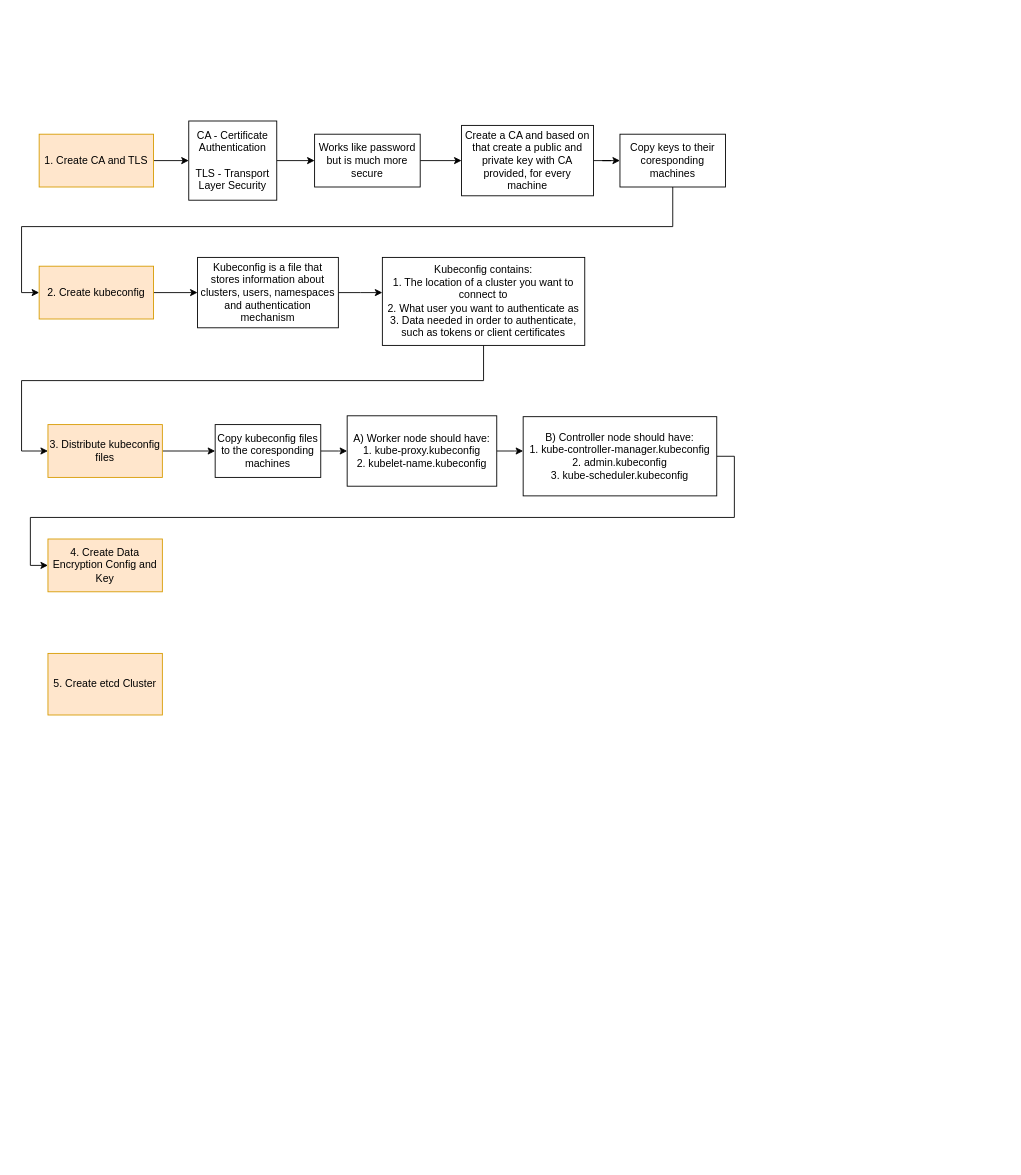
Before: KTHW.drawio in JanKaczmarski/diagrams, a draw.io diagram. Source tidied: cells renumbered, new cells numbered last; positions are measured from the earlier drawing's top-left corner, leaving out a move shared by most shapes. Both pictures are drawn from the tidied source at 88%, with x=0, y=0 at pixel (21, 121).
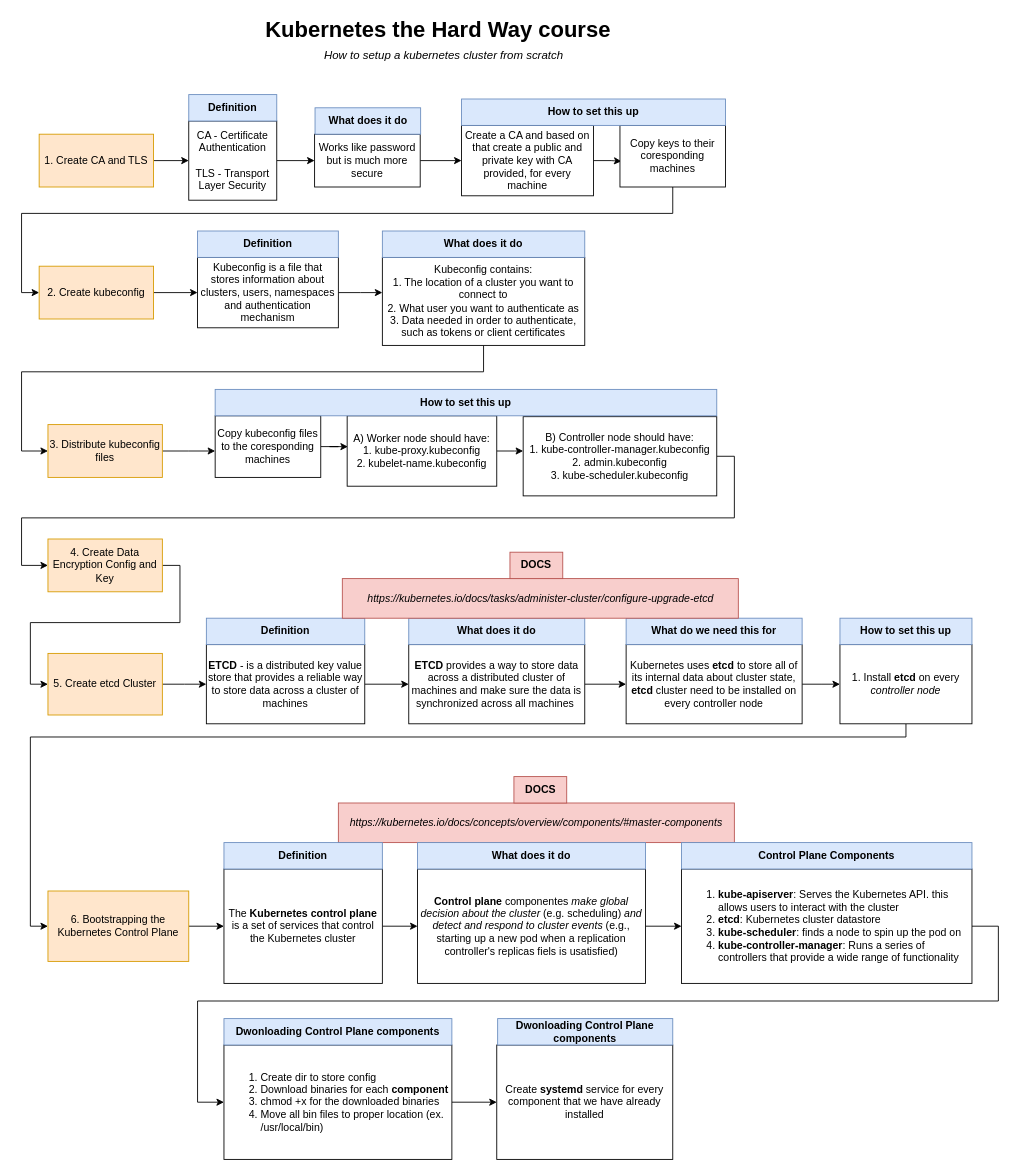
The same diagram, later.

Unchanged cells that the change refers to:
```xml
<mxCell id="9" value="Create a CA and based on that create a public and private key with CA provided, for every machine" style="rounded=0;whiteSpace=wrap;html=1;" parent="1" vertex="1">
  <mxGeometry x="500" y="5" width="150" height="80" as="geometry" />
</mxCell>
<mxCell id="11" value="2. Create kubeconfig" style="rounded=0;whiteSpace=wrap;html=1;fillColor=#ffe6cc;strokeColor=#d79b00;" parent="1" vertex="1">
  <mxGeometry x="20" y="165" width="130" height="60" as="geometry" />
</mxCell>
<mxCell id="15" value="Kubeconfig contains:&lt;br&gt;1. The location of a cluster you want to connect to&lt;br&gt;2. What user you want to authenticate as&lt;br&gt;3. Data needed in order to authenticate, such as tokens or client certificates" style="rounded=0;whiteSpace=wrap;html=1;" parent="1" vertex="1">
  <mxGeometry x="410" y="155" width="230" height="100" as="geometry" />
</mxCell>
<mxCell id="19" value="3. Distribute kubeconfig files" style="rounded=0;whiteSpace=wrap;html=1;fillColor=#ffe6cc;strokeColor=#d79b00;" parent="1" vertex="1">
  <mxGeometry x="30" y="345" width="130" height="60" as="geometry" />
</mxCell>
<mxCell id="23" value="A) Worker node should have:&lt;br&gt;1. kube-proxy.kubeconfig&lt;br&gt;2. kubelet-name.kubeconfig" style="rounded=0;whiteSpace=wrap;html=1;" parent="1" vertex="1">
  <mxGeometry x="370" y="335" width="170" height="80" as="geometry" />
</mxCell>
<mxCell id="25" value="B) Controller node should have:&lt;br&gt;1. kube-controller-manager.kubeconfig&lt;br&gt;2. admin.kubeconfig&lt;br&gt;3. kube-scheduler.kubeconfig" style="rounded=0;whiteSpace=wrap;html=1;" parent="1" vertex="1">
  <mxGeometry x="570" y="336" width="220" height="90" as="geometry" />
</mxCell>
<mxCell id="26" value="4. Create Data Encryption Config and Key" style="rounded=0;whiteSpace=wrap;html=1;fillColor=#ffe6cc;strokeColor=#d79b00;" parent="1" vertex="1">
  <mxGeometry x="30" y="475" width="130" height="60" as="geometry" />
</mxCell>
<mxCell id="27" value="5. Create etcd Cluster" style="rounded=0;whiteSpace=wrap;html=1;fillColor=#ffe6cc;strokeColor=#d79b00;" parent="1" vertex="1">
  <mxGeometry x="30" y="605" width="130" height="70" as="geometry" />
</mxCell>
```

What changed in the source:
```diff
@@
-    <mxCell id="8" style="edgeStyle=orthogonalEdgeStyle;rounded=0;jettySize=auto;html=1;entryX=0;entryY=0.5;entryDx=0;entryDy=0;" parent="1" edge="1" source="9" target="17">
+    <mxCell id="8" style="edgeStyle=orthogonalEdgeStyle;rounded=0;jettySize=auto;html=1;entryX=0.014;entryY=0.583;entryDx=0;entryDy=0;entryPerimeter=0;" parent="1" edge="1" source="9" target="17">
       <mxGeometry relative="1" as="geometry" />
     </mxCell>
@@
     <mxCell id="14" style="edgeStyle=orthogonalEdgeStyle;rounded=0;jettySize=auto;html=1;entryX=0;entryY=0.5;entryDx=0;entryDy=0;" parent="1" edge="1" source="15" target="19">
       <mxGeometry relative="1" as="geometry">
         <Array as="points">
-          <mxPoint x="525" y="295" />
-          <mxPoint y="295" />
+          <mxPoint x="525" y="285" />
+          <mxPoint y="285" />
           <mxPoint y="375" />
         </Array>
       </mxGeometry>
     </mxCell>
@@
     <mxCell id="16" style="edgeStyle=orthogonalEdgeStyle;rounded=0;jettySize=auto;html=1;exitX=0.5;exitY=1;exitDx=0;exitDy=0;entryX=0;entryY=0.5;entryDx=0;entryDy=0;" parent="1" edge="1" source="17" target="11">
-      <mxGeometry relative="1" as="geometry" />
+      <mxGeometry relative="1" as="geometry">
+        <Array as="points">
+          <mxPoint x="740" y="105" />
+          <mxPoint y="105" />
+          <mxPoint y="195" />
+        </Array>
+      </mxGeometry>
     </mxCell>
     <mxCell id="17" value="Copy keys to their coresponding machines" style="rounded=0;whiteSpace=wrap;html=1;" parent="1" vertex="1">
-      <mxGeometry x="680" y="15" width="120" height="60" as="geometry" />
+      <mxGeometry x="680" y="5" width="120" height="70" as="geometry" />
     </mxCell>
     <mxCell id="18" style="edgeStyle=orthogonalEdgeStyle;rounded=0;jettySize=auto;html=1;exitX=1;exitY=0.5;exitDx=0;exitDy=0;" parent="1" edge="1" source="19" target="21">
-      <mxGeometry relative="1" as="geometry" />
+      <mxGeometry relative="1" as="geometry">
+        <Array as="points">
+          <mxPoint x="190" y="375" />
+          <mxPoint x="190" y="375" />
+        </Array>
+      </mxGeometry>
     </mxCell>
@@
-    <mxCell id="20" style="edgeStyle=orthogonalEdgeStyle;rounded=0;jettySize=auto;html=1;" parent="1" edge="1" source="21">
-      <mxGeometry relative="1" as="geometry">
-        <mxPoint x="370" y="375" as="targetPoint" />
-      </mxGeometry>
-    </mxCell>
+    <mxCell id="28" style="edgeStyle=orthogonalEdgeStyle;rounded=0;jettySize=auto;html=1;entryX=0.005;entryY=0.438;entryDx=0;entryDy=0;entryPerimeter=0;" parent="1" edge="1" source="21" target="23">
+      <mxGeometry relative="1" as="geometry" />
+    </mxCell>
     <mxCell id="21" value="Copy kubeconfig files to the coresponding machines" style="rounded=0;whiteSpace=wrap;html=1;" parent="1" vertex="1">
-      <mxGeometry x="220" y="345" width="120" height="60" as="geometry" />
+      <mxGeometry x="220" y="335" width="120" height="70" as="geometry" />
     </mxCell>
@@
     <mxCell id="24" style="edgeStyle=orthogonalEdgeStyle;rounded=0;jettySize=auto;html=1;exitX=1;exitY=0.5;exitDx=0;exitDy=0;entryX=0;entryY=0.5;entryDx=0;entryDy=0;" parent="1" edge="1" source="25" target="26">
-      <mxGeometry relative="1" as="geometry" />
+      <mxGeometry relative="1" as="geometry">
+        <Array as="points">
+          <mxPoint x="810" y="381" />
+          <mxPoint x="810" y="451" />
+          <mxPoint y="451" />
+          <mxPoint y="505" />
+        </Array>
+      </mxGeometry>
     </mxCell>
@@
+    <mxCell id="29" style="edgeStyle=orthogonalEdgeStyle;rounded=0;jettySize=auto;html=1;entryX=0;entryY=0.5;entryDx=0;entryDy=0;" parent="1" edge="1" source="26" target="27">
+      <mxGeometry relative="1" as="geometry">
+        <Array as="points">
+          <mxPoint x="180" y="505" />
+          <mxPoint x="180" y="570" />
+          <mxPoint x="10" y="570" />
+          <mxPoint x="10" y="640" />
+        </Array>
+      </mxGeometry>
+    </mxCell>
@@
+    <mxCell id="30" style="edgeStyle=orthogonalEdgeStyle;rounded=0;jettySize=auto;html=1;" parent="1" edge="1" source="27">
+      <mxGeometry relative="1" as="geometry">
+        <mxPoint x="210" y="640" as="targetPoint" />
+      </mxGeometry>
+    </mxCell>
@@
+    <mxCell id="31" style="edgeStyle=orthogonalEdgeStyle;rounded=0;jettySize=auto;html=1;entryX=0;entryY=0.5;entryDx=0;entryDy=0;" parent="1" edge="1" source="32" target="34">
+      <mxGeometry relative="1" as="geometry" />
+    </mxCell>
+    <mxCell id="32" value="&lt;b&gt;ETCD &lt;/b&gt;- is a distributed key value store that provides a reliable way to store data across a cluster of machines" style="rounded=0;whiteSpace=wrap;html=1;" parent="1" vertex="1">
+      <mxGeometry x="210" y="595" width="180" height="90" as="geometry" />
+    </mxCell>
+    <mxCell id="33" style="edgeStyle=orthogonalEdgeStyle;rounded=0;jettySize=auto;html=1;entryX=0;entryY=0.5;entryDx=0;entryDy=0;" parent="1" edge="1" source="34" target="44">
+      <mxGeometry relative="1" as="geometry" />
+    </mxCell>
+    <mxCell id="34" value="&lt;b&gt;ETCD&lt;/b&gt;&amp;nbsp;provides a way to store data across a distributed cluster of machines and make sure the data is synchronized across all machines&amp;nbsp;" style="rounded=0;whiteSpace=wrap;html=1;" parent="1" vertex="1">
+      <mxGeometry x="440" y="595" width="200" height="90" as="geometry" />
+    </mxCell>
+    <mxCell id="35" value="&lt;b&gt;Definition&lt;/b&gt;" style="text;html=1;strokeColor=#6c8ebf;fillColor=#dae8fc;align=center;verticalAlign=middle;whiteSpace=wrap;rounded=0;" parent="1" vertex="1">
+      <mxGeometry x="210" y="565" width="180" height="30" as="geometry" />
+    </mxCell>
+    <mxCell id="36" value="&lt;b&gt;What does it do&lt;/b&gt;" style="text;html=1;strokeColor=#6c8ebf;fillColor=#dae8fc;align=center;verticalAlign=middle;whiteSpace=wrap;rounded=0;" parent="1" vertex="1">
+      <mxGeometry x="440" y="565" width="200" height="30" as="geometry" />
+    </mxCell>
+    <mxCell id="37" value="&lt;b style=&quot;border-color: var(--border-color);&quot;&gt;How to set this up&lt;/b&gt;" style="text;html=1;strokeColor=#6c8ebf;fillColor=#dae8fc;align=center;verticalAlign=middle;whiteSpace=wrap;rounded=0;" parent="1" vertex="1">
+      <mxGeometry x="220" y="305" width="570" height="30" as="geometry" />
+    </mxCell>
+    <mxCell id="38" value="&lt;b&gt;Definition&lt;/b&gt;" style="text;html=1;strokeColor=#6c8ebf;fillColor=#dae8fc;align=center;verticalAlign=middle;whiteSpace=wrap;rounded=0;" parent="1" vertex="1">
+      <mxGeometry x="200" y="125" width="160" height="30" as="geometry" />
+    </mxCell>
+    <mxCell id="39" value="&lt;b&gt;What does it do&lt;/b&gt;" style="text;html=1;strokeColor=#6c8ebf;fillColor=#dae8fc;align=center;verticalAlign=middle;whiteSpace=wrap;rounded=0;" parent="1" vertex="1">
+      <mxGeometry x="410" y="125" width="230" height="30" as="geometry" />
+    </mxCell>
+    <mxCell id="40" value="&lt;b&gt;Definition&lt;/b&gt;" style="text;html=1;strokeColor=#6c8ebf;fillColor=#dae8fc;align=center;verticalAlign=middle;whiteSpace=wrap;rounded=0;" parent="1" vertex="1">
+      <mxGeometry x="190" y="-30" width="100" height="30" as="geometry" />
+    </mxCell>
+    <mxCell id="41" value="&lt;b&gt;What does it do&lt;/b&gt;" style="text;html=1;strokeColor=#6c8ebf;fillColor=#dae8fc;align=center;verticalAlign=middle;whiteSpace=wrap;rounded=0;" parent="1" vertex="1">
+      <mxGeometry x="333.5" y="-15" width="120" height="30" as="geometry" />
+    </mxCell>
+    <mxCell id="42" value="&lt;b&gt;How to set this up&lt;/b&gt;" style="text;html=1;strokeColor=#6c8ebf;fillColor=#dae8fc;align=center;verticalAlign=middle;whiteSpace=wrap;rounded=0;" parent="1" vertex="1">
+      <mxGeometry x="500" y="-25" width="300" height="30" as="geometry" />
+    </mxCell>
+    <mxCell id="43" style="edgeStyle=orthogonalEdgeStyle;rounded=0;jettySize=auto;html=1;" parent="1" edge="1" source="44">
+      <mxGeometry relative="1" as="geometry">
+        <mxPoint x="930" y="640" as="targetPoint" />
+      </mxGeometry>
+    </mxCell>
+    <mxCell id="44" value="Kubernetes uses &lt;b&gt;etcd &lt;/b&gt;to store all of its internal data about cluster state, &lt;b&gt;etcd &lt;/b&gt;cluster&amp;nbsp;need to be installed on every controller node" style="rounded=0;whiteSpace=wrap;html=1;" parent="1" vertex="1">
+      <mxGeometry x="687" y="595" width="200" height="90" as="geometry" />
+    </mxCell>
+    <mxCell id="45" style="edgeStyle=orthogonalEdgeStyle;rounded=0;jettySize=auto;html=1;entryX=0;entryY=0.5;entryDx=0;entryDy=0;" parent="1" edge="1" source="46" target="52">
+      <mxGeometry relative="1" as="geometry">
+        <Array as="points">
+          <mxPoint x="1005" y="700" />
+          <mxPoint x="10" y="700" />
+          <mxPoint x="10" y="915" />
+        </Array>
+      </mxGeometry>
+    </mxCell>
+    <mxCell id="46" value="1. Install &lt;b&gt;etcd&lt;/b&gt;&amp;nbsp;on every &lt;i&gt;controller&lt;/i&gt; &lt;i&gt;node&lt;/i&gt;" style="rounded=0;whiteSpace=wrap;html=1;" parent="1" vertex="1">
+      <mxGeometry x="930" y="595" width="150" height="90" as="geometry" />
+    </mxCell>
+    <mxCell id="47" value="&lt;b&gt;What do we need this for&lt;/b&gt;" style="text;html=1;strokeColor=#6c8ebf;fillColor=#dae8fc;align=center;verticalAlign=middle;whiteSpace=wrap;rounded=0;" parent="1" vertex="1">
+      <mxGeometry x="687" y="565" width="200" height="30" as="geometry" />
+    </mxCell>
+    <mxCell id="48" value="&lt;b&gt;How to set this up&lt;/b&gt;" style="text;html=1;strokeColor=#6c8ebf;fillColor=#dae8fc;align=center;verticalAlign=middle;whiteSpace=wrap;rounded=0;" parent="1" vertex="1">
+      <mxGeometry x="930" y="565" width="150" height="30" as="geometry" />
+    </mxCell>
+    <mxCell id="49" value="&lt;i&gt;https://kubernetes.io/docs/tasks/administer-cluster/configure-upgrade-etcd&lt;/i&gt;" style="text;html=1;strokeColor=#b85450;fillColor=#f8cecc;align=center;verticalAlign=middle;whiteSpace=wrap;rounded=0;" parent="1" vertex="1">
+      <mxGeometry x="364.5" y="520" width="450" height="45" as="geometry" />
+    </mxCell>
+    <mxCell id="50" value="&lt;b style=&quot;border-color: var(--border-color);&quot;&gt;DOCS&lt;/b&gt;" style="text;html=1;strokeColor=#b85450;fillColor=#f8cecc;align=center;verticalAlign=middle;whiteSpace=wrap;rounded=0;" parent="1" vertex="1">
+      <mxGeometry x="555" y="490" width="60" height="30" as="geometry" />
+    </mxCell>
+    <mxCell id="51" style="edgeStyle=orthogonalEdgeStyle;rounded=0;jettySize=auto;html=1;" parent="1" edge="1" source="52" target="54">
+      <mxGeometry relative="1" as="geometry" />
+    </mxCell>
+    <mxCell id="52" value="6. Bootstrapping the Kubernetes Control Plane" style="rounded=0;whiteSpace=wrap;html=1;fillColor=#ffe6cc;strokeColor=#d79b00;" parent="1" vertex="1">
+      <mxGeometry x="30" y="875" width="160" height="80" as="geometry" />
+    </mxCell>
+    <mxCell id="53" style="edgeStyle=orthogonalEdgeStyle;rounded=0;jettySize=auto;html=1;" parent="1" edge="1" source="54" target="56">
+      <mxGeometry relative="1" as="geometry" />
+    </mxCell>
+    <mxCell id="54" value="The &lt;b&gt;Kubernetes control plane &lt;/b&gt;is a set of services that control the Kubernetes cluster" style="rounded=0;whiteSpace=wrap;html=1;" parent="1" vertex="1">
+      <mxGeometry x="230" y="850" width="180" height="130" as="geometry" />
+    </mxCell>
+    <mxCell id="55" style="edgeStyle=orthogonalEdgeStyle;rounded=0;jettySize=auto;html=1;" parent="1" edge="1" source="56" target="62">
+      <mxGeometry relative="1" as="geometry" />
+    </mxCell>
+    <mxCell id="56" value="&lt;b&gt;Control plane &lt;/b&gt;componentes&lt;b&gt;&amp;nbsp;&lt;/b&gt;&lt;i&gt;make global decision about the cluster &lt;/i&gt;(e.g. scheduling) &lt;i&gt;and detect and respond to cluster events&lt;/i&gt; (e.g., starting up a new pod when a replication controller's replicas fiels is usatisfied)" style="rounded=0;whiteSpace=wrap;html=1;" parent="1" vertex="1">
+      <mxGeometry x="450" y="850" width="259" height="130" as="geometry" />
+    </mxCell>
+    <mxCell id="57" value="&lt;i&gt;https://kubernetes.io/docs/concepts/overview/components/#master-components&lt;/i&gt;" style="text;html=1;strokeColor=#b85450;fillColor=#f8cecc;align=center;verticalAlign=middle;whiteSpace=wrap;rounded=0;" parent="1" vertex="1">
+      <mxGeometry x="360" y="775" width="450" height="45" as="geometry" />
+    </mxCell>
+    <mxCell id="58" value="&lt;b style=&quot;border-color: var(--border-color);&quot;&gt;DOCS&lt;/b&gt;" style="text;html=1;strokeColor=#b85450;fillColor=#f8cecc;align=center;verticalAlign=middle;whiteSpace=wrap;rounded=0;" parent="1" vertex="1">
+      <mxGeometry x="559.5" y="745" width="60" height="30" as="geometry" />
+    </mxCell>
+    <mxCell id="59" value="&lt;b&gt;Definition&lt;/b&gt;" style="text;html=1;strokeColor=#6c8ebf;fillColor=#dae8fc;align=center;verticalAlign=middle;whiteSpace=wrap;rounded=0;" parent="1" vertex="1">
+      <mxGeometry x="230" y="820" width="180" height="30" as="geometry" />
+    </mxCell>
+    <mxCell id="60" value="&lt;b&gt;What does it do&lt;/b&gt;" style="text;html=1;strokeColor=#6c8ebf;fillColor=#dae8fc;align=center;verticalAlign=middle;whiteSpace=wrap;rounded=0;" parent="1" vertex="1">
+      <mxGeometry x="450" y="820" width="259" height="30" as="geometry" />
+    </mxCell>
+    <mxCell id="61" style="edgeStyle=orthogonalEdgeStyle;rounded=0;jettySize=auto;html=1;" parent="1" edge="1" source="62" target="65">
+      <mxGeometry relative="1" as="geometry">
+        <Array as="points">
+          <mxPoint x="1110" y="915" />
+          <mxPoint x="1110" y="1000" />
+          <mxPoint x="200" y="1000" />
+          <mxPoint x="200" y="1115" />
+        </Array>
+      </mxGeometry>
+    </mxCell>
+    <mxCell id="62" value="&lt;ol&gt;&lt;li&gt;&lt;b&gt;kube-apiserver&lt;/b&gt;:&lt;b&gt;&amp;nbsp;&lt;/b&gt;Serves the Kubernetes API. this allows users to interact with the cluster&lt;/li&gt;&lt;li&gt;&lt;b&gt;etcd&lt;/b&gt;: Kubernetes cluster datastore&lt;/li&gt;&lt;li&gt;&lt;b&gt;kube-scheduler&lt;/b&gt;: finds a node to spin up the pod on&lt;/li&gt;&lt;li&gt;&lt;b&gt;kube-controller-manager&lt;/b&gt;: Runs a series of controllers that provide a wide range of functionality&lt;/li&gt;&lt;/ol&gt;" style="rounded=0;whiteSpace=wrap;html=1;align=left;" parent="1" vertex="1">
+      <mxGeometry x="750" y="850" width="330" height="130" as="geometry" />
+    </mxCell>
+    <mxCell id="63" value="&lt;b&gt;Control Plane Components&lt;/b&gt;" style="text;html=1;strokeColor=#6c8ebf;fillColor=#dae8fc;align=center;verticalAlign=middle;whiteSpace=wrap;rounded=0;" parent="1" vertex="1">
+      <mxGeometry x="750" y="820" width="330" height="30" as="geometry" />
+    </mxCell>
+    <mxCell id="64" style="edgeStyle=orthogonalEdgeStyle;rounded=0;jettySize=auto;html=1;" parent="1" edge="1" source="65" target="67">
+      <mxGeometry relative="1" as="geometry" />
+    </mxCell>
+    <mxCell id="65" value="&lt;ol&gt;&lt;li&gt;Create dir to store config&amp;nbsp;&lt;/li&gt;&lt;li&gt;Download binaries for each &lt;b&gt;component&lt;/b&gt;&lt;/li&gt;&lt;li&gt;chmod +x for the downloaded binaries&lt;/li&gt;&lt;li&gt;Move all bin files to proper location (ex. /usr/local/bin)&lt;/li&gt;&lt;/ol&gt;" style="rounded=0;whiteSpace=wrap;html=1;align=left;" parent="1" vertex="1">
+      <mxGeometry x="230" y="1050" width="259" height="130" as="geometry" />
+    </mxCell>
+    <mxCell id="66" value="&lt;b style=&quot;border-color: var(--border-color);&quot;&gt;Dwonloading Control Plane components&lt;/b&gt;" style="text;html=1;strokeColor=#6c8ebf;fillColor=#dae8fc;align=center;verticalAlign=middle;whiteSpace=wrap;rounded=0;" parent="1" vertex="1">
+      <mxGeometry x="230" y="1020" width="259" height="30" as="geometry" />
+    </mxCell>
+    <mxCell id="67" value="Create &lt;b&gt;systemd &lt;/b&gt;service&lt;b&gt;&amp;nbsp;&lt;/b&gt;for every component that we have already installed" style="rounded=0;whiteSpace=wrap;html=1;align=center;" parent="1" vertex="1">
+      <mxGeometry x="540" y="1050" width="200" height="130" as="geometry" />
+    </mxCell>
+    <mxCell id="68" value="&lt;b style=&quot;border-color: var(--border-color);&quot;&gt;Dwonloading Control Plane components&lt;/b&gt;" style="text;html=1;strokeColor=#6c8ebf;fillColor=#dae8fc;align=center;verticalAlign=middle;whiteSpace=wrap;rounded=0;" parent="1" vertex="1">
+      <mxGeometry x="541" y="1020" width="199" height="30" as="geometry" />
+    </mxCell>
+    <mxCell id="69" value="&lt;b style=&quot;&quot;&gt;&lt;font style=&quot;&quot;&gt;&lt;font style=&quot;font-size: 25px;&quot;&gt;Kubernetes the Hard Way course&lt;/font&gt;&lt;br&gt;&lt;/font&gt;&lt;/b&gt;" style="text;html=1;align=center;verticalAlign=middle;whiteSpace=wrap;rounded=0;fillColor=none;" parent="1" vertex="1">
+      <mxGeometry x="250" y="-120" width="446.5" height="30" as="geometry" />
+    </mxCell>
+    <mxCell id="70" value="&lt;i&gt;&lt;font style=&quot;font-size: 13px;&quot;&gt;How to setup a kubernetes cluster from scratch&lt;/font&gt;&lt;/i&gt;" style="text;html=1;strokeColor=none;fillColor=none;align=center;verticalAlign=middle;whiteSpace=wrap;rounded=0;" parent="1" vertex="1">
+      <mxGeometry x="339.5" y="-90" width="280" height="30" as="geometry" />
+    </mxCell>
```
